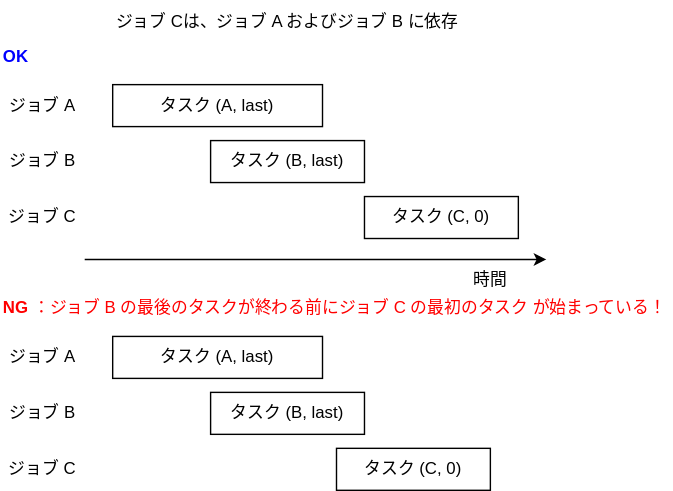
The draw.io diagram notebooks/ja/tutorials/figures/dependent_jobs.drawio.svg in fixstars/amplify-se-examples, before a commit. Source tidied: cells renumbered, new cells last; positions are measured from the earlier drawing's top-left corner, leaving out a move shared by most shapes.
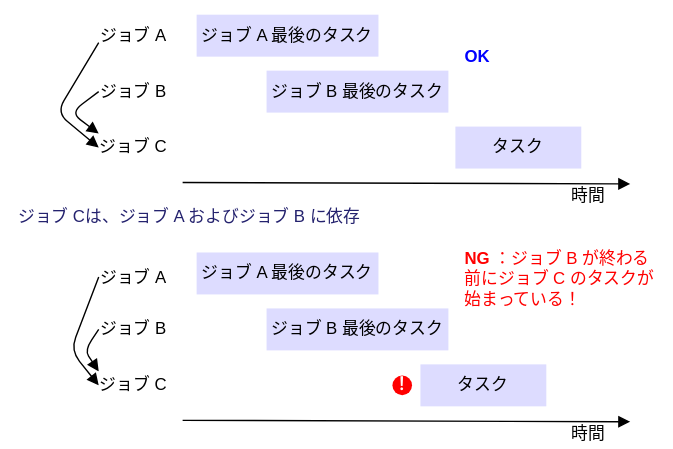
Later version of the same file.

Change to the diagram source:
```diff
@@ -2,77 +2,122 @@
   <root>
     <mxCell id="0" />
     <mxCell id="1" parent="0" />
+    <mxCell id="19" style="whiteSpace=wrap;html=1;strokeColor=none;" parent="1" vertex="1">
+      <mxGeometry x="-60" y="30" width="480" height="320" as="geometry" />
+    </mxCell>
-    <mxCell id="2" value="タスク (A, last)" style="rounded=0;whiteSpace=wrap;html=1;" parent="1" vertex="1">
-      <mxGeometry x="80" y="60" width="150" height="30" as="geometry" />
+    <mxCell id="2" value="ジョブ A 最後のタスク" style="rounded=0;whiteSpace=wrap;html=1;fillColor=#DDDCFF;strokeColor=none;" parent="1" vertex="1">
+      <mxGeometry x="80" y="40" width="130" height="30" as="geometry" />
     </mxCell>
-    <mxCell id="3" style="endArrow=classic;html=1;fontColor=#00FF00;" parent="1" edge="1">
-      <mxGeometry relative="1" as="geometry">
-        <mxPoint x="60" y="185" as="sourcePoint" />
-        <mxPoint x="390" y="185" as="targetPoint" />
-      </mxGeometry>
-    </mxCell>
-    <object id="4" label="時間" name="Variable" placeholders="1">
-      <mxCell style="text;html=1;strokeColor=none;fillColor=none;align=center;verticalAlign=middle;whiteSpace=wrap;overflow=hidden;" parent="1" vertex="1">
-        <mxGeometry x="330" y="190" width="40" height="20" as="geometry" />
-      </mxCell>
-    </object>
     <object id="5" label="ジョブ A" name="Variable" placeholders="1">
       <mxCell style="text;html=1;strokeColor=none;fillColor=none;align=center;verticalAlign=middle;whiteSpace=wrap;overflow=hidden;" parent="1" vertex="1">
-        <mxGeometry y="65" width="60" height="20" as="geometry" />
+        <mxGeometry x="10" y="45" width="50" height="20" as="geometry" />
       </mxCell>
     </object>
     <object id="6" label="ジョブ&amp;nbsp;B" name="Variable" placeholders="1">
       <mxCell style="text;html=1;strokeColor=none;fillColor=none;align=center;verticalAlign=middle;whiteSpace=wrap;overflow=hidden;" parent="1" vertex="1">
-        <mxGeometry y="105" width="60" height="20" as="geometry" />
+        <mxGeometry x="10" y="85" width="50" height="20" as="geometry" />
       </mxCell>
     </object>
-    <mxCell id="7" value="タスク (B, last)" style="rounded=0;whiteSpace=wrap;html=1;" parent="1" vertex="1">
-      <mxGeometry x="150" y="100" width="110" height="30" as="geometry" />
+    <mxCell id="7" value="ジョブ B 最後のタスク" style="rounded=0;whiteSpace=wrap;html=1;fillColor=#DDDCFF;strokeColor=none;" parent="1" vertex="1">
+      <mxGeometry x="130" y="80" width="130" height="30" as="geometry" />
     </mxCell>
     <object id="8" label="ジョブ&amp;nbsp;C" name="Variable" placeholders="1">
       <mxCell style="text;html=1;strokeColor=none;fillColor=none;align=center;verticalAlign=middle;whiteSpace=wrap;overflow=hidden;" parent="1" vertex="1">
-        <mxGeometry y="145" width="60" height="20" as="geometry" />
+        <mxGeometry x="10" y="125" width="50" height="20" as="geometry" />
       </mxCell>
     </object>
-    <mxCell id="9" value="タスク (C, 0)" style="rounded=0;whiteSpace=wrap;html=1;" parent="1" vertex="1">
-      <mxGeometry x="260" y="140" width="110" height="30" as="geometry" />
+    <mxCell id="9" value="タスク" style="rounded=0;whiteSpace=wrap;html=1;fillColor=#DDDCFF;strokeColor=none;" parent="1" vertex="1">
+      <mxGeometry x="265" y="120" width="90" height="30" as="geometry" />
     </mxCell>
-    <object id="10" label="&lt;b&gt;OK&lt;/b&gt;" name="Variable" placeholders="1">
-      <mxCell style="text;html=1;strokeColor=none;fillColor=none;align=left;verticalAlign=middle;whiteSpace=wrap;overflow=hidden;fontColor=#0000FF;fontStyle=0;" parent="1" vertex="1">
-        <mxGeometry y="30" width="60" height="20" as="geometry" />
+    <object id="10" label="&lt;span&gt;OK&lt;/span&gt;" name="Variable" placeholders="1">
+      <mxCell style="text;html=1;strokeColor=none;fillColor=none;align=left;verticalAlign=middle;whiteSpace=wrap;overflow=hidden;fontColor=#0000FF;fontStyle=1;" parent="1" vertex="1">
+        <mxGeometry x="270" y="60" width="60" height="20" as="geometry" />
       </mxCell>
     </object>
-    <object id="11" label="&lt;b&gt;NG&lt;/b&gt;：ジョブ B の最後のタスクが終わる前にジョブ C の最初のタスク が始まっている！" name="Variable" placeholders="1">
+    <object id="11" label="&lt;b&gt;NG&lt;/b&gt;：ジョブ B が終わる前にジョブ C のタスクが始まっている！" name="Variable" placeholders="1">
       <mxCell style="text;html=1;strokeColor=none;fillColor=none;align=left;verticalAlign=middle;whiteSpace=wrap;overflow=hidden;fontColor=#FF0000;fontStyle=0;" parent="1" vertex="1">
-        <mxGeometry y="210" width="480" height="20" as="geometry" />
+        <mxGeometry x="270" y="205" width="140" height="45" as="geometry" />
       </mxCell>
     </object>
-    <mxCell id="12" value="タスク (A, last)" style="rounded=0;whiteSpace=wrap;html=1;" parent="1" vertex="1">
-      <mxGeometry x="80" y="240" width="150" height="30" as="geometry" />
-    </mxCell>
+    <mxCell id="17" value="タスク" style="rounded=0;whiteSpace=wrap;html=1;fillColor=#DDDCFF;strokeColor=none;" parent="1" vertex="1">
+      <mxGeometry x="240" y="290" width="90" height="30" as="geometry" />
+    </mxCell>
+    <mxCell id="18" value="&lt;span style=&quot;text-align: left;&quot;&gt;ジョブ Cは、ジョブ A およびジョブ B に依存&lt;/span&gt;" style="text;strokeColor=none;align=center;fillColor=none;html=1;verticalAlign=middle;whiteSpace=wrap;rounded=0;fontColor=#24226E;" parent="1" vertex="1">
+      <mxGeometry x="-60" y="170" width="270" height="30" as="geometry" />
+    </mxCell>
+    <mxCell id="20" value="ジョブ A 最後のタスク" style="rounded=0;whiteSpace=wrap;html=1;fillColor=#DDDCFF;strokeColor=none;" parent="1" vertex="1">
+      <mxGeometry x="80" y="210" width="130" height="30" as="geometry" />
+    </mxCell>
+    <mxCell id="21" value="ジョブ B 最後のタスク" style="rounded=0;whiteSpace=wrap;html=1;fillColor=#DDDCFF;strokeColor=none;" parent="1" vertex="1">
+      <mxGeometry x="130" y="250" width="130" height="30" as="geometry" />
+    </mxCell>
+    <mxCell id="22" style="edgeStyle=none;jettySize=auto;html=1;exitX=0;exitY=0.75;exitDx=0;exitDy=0;endArrow=block;endFill=1;entryX=0;entryY=0.5;entryDx=0;entryDy=0;" parent="1" edge="1" source="5" target="8">
+      <mxGeometry relative="1" as="geometry">
+        <Array as="points">
+          <mxPoint x="-20" y="110" />
+        </Array>
+      </mxGeometry>
+    </mxCell>
+    <mxCell id="23" style="edgeStyle=none;jettySize=auto;html=1;exitX=0;exitY=0.5;exitDx=0;exitDy=0;entryX=0;entryY=0;entryDx=0;entryDy=0;endArrow=block;endFill=1;" parent="1" edge="1" source="6" target="8">
+      <mxGeometry relative="1" as="geometry">
+        <Array as="points">
+          <mxPoint x="-10" y="110" />
+        </Array>
+      </mxGeometry>
+    </mxCell>
-    <object id="13" label="ジョブ&amp;nbsp;A" name="Variable" placeholders="1">
+    <object id="13" label="ジョブ A" name="Variable" placeholders="1">
       <mxCell style="text;html=1;strokeColor=none;fillColor=none;align=center;verticalAlign=middle;whiteSpace=wrap;overflow=hidden;" parent="1" vertex="1">
-        <mxGeometry y="245" width="60" height="20" as="geometry" />
+        <mxGeometry x="10" y="217.5" width="50" height="20" as="geometry" />
       </mxCell>
     </object>
     <object id="14" label="ジョブ&amp;nbsp;B" name="Variable" placeholders="1">
       <mxCell style="text;html=1;strokeColor=none;fillColor=none;align=center;verticalAlign=middle;whiteSpace=wrap;overflow=hidden;" parent="1" vertex="1">
-        <mxGeometry y="285" width="60" height="20" as="geometry" />
+        <mxGeometry x="10" y="255" width="50" height="20" as="geometry" />
       </mxCell>
     </object>
-    <mxCell id="15" value="タスク (B, last)" style="rounded=0;whiteSpace=wrap;html=1;" parent="1" vertex="1">
-      <mxGeometry x="150" y="280" width="110" height="30" as="geometry" />
-    </mxCell>
     <object id="16" label="ジョブ&amp;nbsp;C" name="Variable" placeholders="1">
       <mxCell style="text;html=1;strokeColor=none;fillColor=none;align=center;verticalAlign=middle;whiteSpace=wrap;overflow=hidden;" parent="1" vertex="1">
-        <mxGeometry y="325" width="60" height="20" as="geometry" />
+        <mxGeometry x="10" y="295" width="50" height="20" as="geometry" />
       </mxCell>
     </object>
-    <mxCell id="17" value="タスク (C, 0)" style="rounded=0;whiteSpace=wrap;html=1;" parent="1" vertex="1">
-      <mxGeometry x="240" y="320" width="110" height="30" as="geometry" />
-    </mxCell>
-    <mxCell id="18" value="&lt;span style=&quot;text-align: left;&quot;&gt;ジョブ Cは、ジョブ A およびジョブ B に依存&lt;/span&gt;" style="text;strokeColor=none;align=center;fillColor=none;html=1;verticalAlign=middle;whiteSpace=wrap;rounded=0;" parent="1" vertex="1">
-      <mxGeometry x="70" width="270" height="30" as="geometry" />
-    </mxCell>
+    <mxCell id="24" style="edgeStyle=none;jettySize=auto;html=1;exitX=0;exitY=0.5;exitDx=0;exitDy=0;entryX=0;entryY=0.5;entryDx=0;entryDy=0;endArrow=block;endFill=1;" parent="1" edge="1" source="13" target="16">
+      <mxGeometry relative="1" as="geometry">
+        <Array as="points">
+          <mxPoint x="-10" y="280" />
+        </Array>
+      </mxGeometry>
+    </mxCell>
+    <mxCell id="25" style="edgeStyle=none;jettySize=auto;html=1;exitX=0;exitY=0.5;exitDx=0;exitDy=0;entryX=0;entryY=0;entryDx=0;entryDy=0;endArrow=block;endFill=1;" parent="1" edge="1" source="14" target="16">
+      <mxGeometry relative="1" as="geometry">
+        <Array as="points">
+          <mxPoint y="280" />
+        </Array>
+      </mxGeometry>
+    </mxCell>
+    <mxCell id="26" value="&lt;b&gt;！&lt;/b&gt;" style="ellipse;whiteSpace=wrap;html=1;fillColor=#FF0000;strokeColor=none;fontColor=#FFFFFF;align=center;" parent="1" vertex="1">
+      <mxGeometry x="220" y="298" width="14" height="14" as="geometry" />
+    </mxCell>
+    <mxCell id="3" style="endArrow=block;html=1;fontColor=#00FF00;endFill=1;" parent="1" edge="1">
+      <mxGeometry relative="1" as="geometry">
+        <mxPoint x="70" y="160" as="sourcePoint" />
+        <mxPoint x="390" y="161" as="targetPoint" />
+      </mxGeometry>
+    </mxCell>
+    <object id="4" label="時間" name="Variable" placeholders="1">
+      <mxCell style="text;html=1;strokeColor=none;fillColor=none;align=center;verticalAlign=middle;whiteSpace=wrap;overflow=hidden;" parent="1" vertex="1">
+        <mxGeometry x="340" y="160" width="40" height="20" as="geometry" />
+      </mxCell>
+    </object>
+    <mxCell id="27" style="endArrow=block;html=1;fontColor=#00FF00;endFill=1;" parent="1" edge="1">
+      <mxGeometry relative="1" as="geometry">
+        <mxPoint x="70" y="330" as="sourcePoint" />
+        <mxPoint x="390" y="331" as="targetPoint" />
+      </mxGeometry>
+    </mxCell>
+    <object id="28" label="時間" name="Variable" placeholders="1">
+      <mxCell style="text;html=1;strokeColor=none;fillColor=none;align=center;verticalAlign=middle;whiteSpace=wrap;overflow=hidden;" parent="1" vertex="1">
+        <mxGeometry x="340" y="330" width="40" height="20" as="geometry" />
+      </mxCell>
+    </object>
   </root>
 </mxGraphModel>
```
